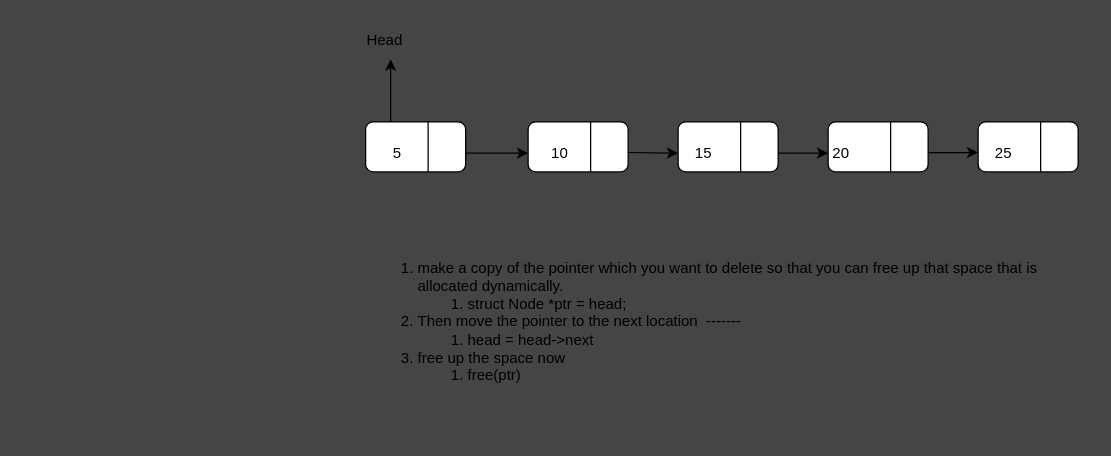
The draw.io diagram 07. Linked_List/Deletion/Case_1_Deletion_from_start/case1.drawio in Abdullah-Niaz/Data-Structure-Algorithm, before the edit. Source tidied: cells renumbered, new cells numbered last; positions are measured from the earlier drawing's top-left corner, leaving out a move shared by most shapes. Both pictures are drawn from the tidied source at 125%, with x=0, y=0 at pixel (352, 21).
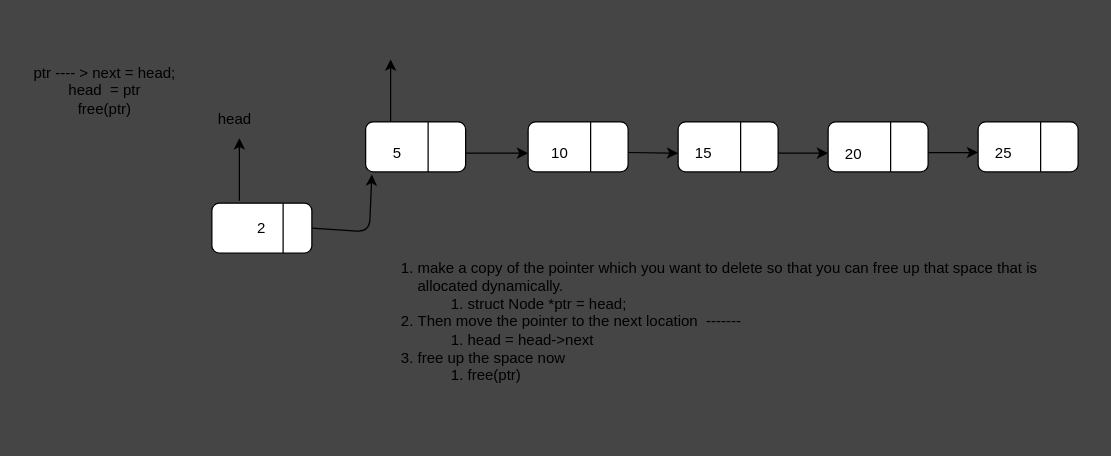
Above is the later version.

Commit message:
insertion at start

The edit, as a diff of the source:
```diff
@@
     <mxCell id="15" value="20" style="text;html=1;align=center;verticalAlign=middle;strokeColor=none;fillColor=none;" parent="1" vertex="1">
-      <mxGeometry x="370" y="90" width="40" height="30" as="geometry" />
+      <mxGeometry x="380" y="91" width="40" height="30" as="geometry" />
     </mxCell>
@@
-    <mxCell id="22" value="Head" style="text;html=1;align=center;verticalAlign=middle;strokeColor=none;fillColor=none;" parent="1" vertex="1">
-      <mxGeometry width="50" height="30" as="geometry" />
-    </mxCell>
@@
+    <mxCell id="24" value="2" style="rounded=1;whiteSpace=wrap;html=1;" parent="1" vertex="1">
+      <mxGeometry x="-113" y="145" width="80" height="40" as="geometry" />
+    </mxCell>
+    <mxCell id="25" style="endArrow=none;html=1;" parent="1" edge="1">
+      <mxGeometry relative="1" as="geometry">
+        <mxPoint x="-56" y="185" as="sourcePoint" />
+        <mxPoint x="-56" y="145" as="targetPoint" />
+      </mxGeometry>
+    </mxCell>
+    <mxCell id="26" style="endArrow=classic;html=1;" parent="1" edge="1">
+      <mxGeometry relative="1" as="geometry">
+        <mxPoint x="-91" y="143" as="sourcePoint" />
+        <mxPoint x="-91" y="93" as="targetPoint" />
+      </mxGeometry>
+    </mxCell>
+    <mxCell id="27" value="head" style="text;html=1;align=center;verticalAlign=middle;strokeColor=none;fillColor=none;" parent="1" vertex="1">
+      <mxGeometry x="-118" y="65" width="45" height="26" as="geometry" />
+    </mxCell>
+    <mxCell id="28" value="ptr ---- &amp;gt; next = head;&lt;br&gt;head&amp;nbsp; = ptr&lt;br&gt;free(ptr)" style="text;html=1;align=center;verticalAlign=middle;strokeColor=none;fillColor=none;" parent="1" vertex="1">
+      <mxGeometry x="-265" y="27" width="131" height="55" as="geometry" />
+    </mxCell>
+    <mxCell id="29" style="endArrow=classic;html=1;exitX=1;exitY=0.5;exitDx=0;exitDy=0;" parent="1" edge="1" source="24">
+      <mxGeometry relative="1" as="geometry">
+        <mxPoint x="15" y="122" as="targetPoint" />
+        <Array as="points">
+          <mxPoint x="13" y="168" />
+        </Array>
+      </mxGeometry>
+    </mxCell>
```
